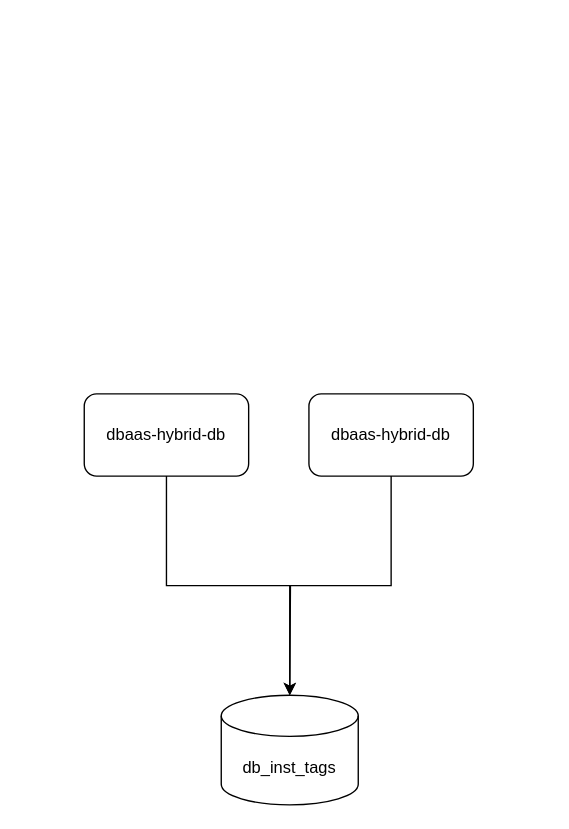
GuoJunChen-commit/practice keeps this draw.io diagram as tag sync.drawio. Above is the earlier version. Source tidied: cells renumbered, new cells numbered last; positions are measured from the earlier drawing's top-left corner, leaving out a move shared by most shapes. Both pictures are drawn from the tidied source at 137%, with x=0, y=0 at pixel (84, 393).
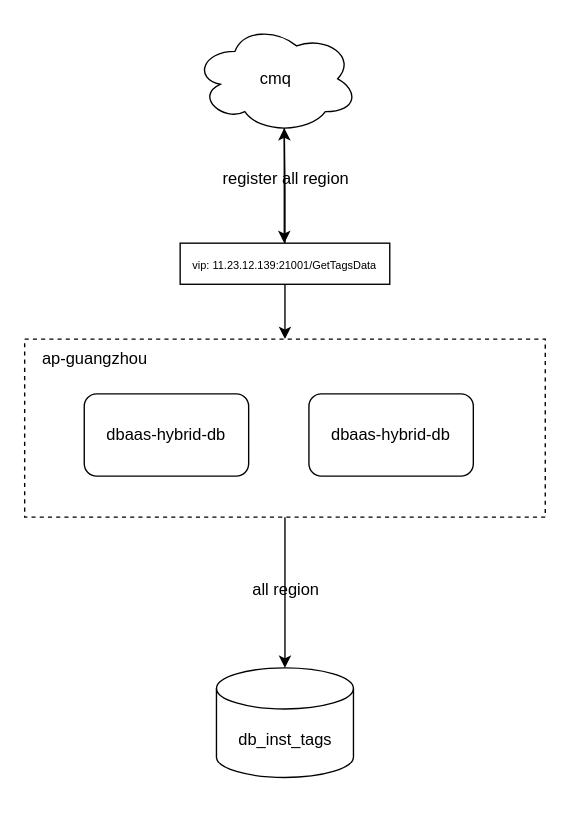
The same page after the edit.

Change to the diagram source:
```diff
@@
 <mxGraphModel>
   <root>
     <mxCell id="0" />
     <mxCell id="1" parent="0" />
+    <mxCell id="7" style="group;" parent="1" vertex="1">
+      <mxGeometry x="-44" y="-270" width="380.5" height="550" as="geometry" />
+    </mxCell>
+    <mxCell id="8" style="rounded=0;whiteSpace=wrap;html=1;dashed=1;" parent="7" vertex="1">
+      <mxGeometry x="0.5" y="230" width="380" height="130" as="geometry" />
+    </mxCell>
-    <mxCell id="2" value="db_inst_tags" style="shape=cylinder3;whiteSpace=wrap;html=1;boundedLbl=1;backgroundOutline=1;size=15;" parent="1" vertex="1">
-      <mxGeometry x="100" y="220" width="100" height="80" as="geometry" />
+    <mxCell id="2" value="db_inst_tags" style="shape=cylinder3;whiteSpace=wrap;html=1;boundedLbl=1;backgroundOutline=1;size=15;" parent="7" vertex="1">
+      <mxGeometry x="140.5" y="470" width="100" height="80" as="geometry" />
     </mxCell>
-    <mxCell id="3" style="edgeStyle=orthogonalEdgeStyle;rounded=0;jettySize=auto;html=1;exitX=0.5;exitY=1;exitDx=0;exitDy=0;" parent="1" edge="1" source="4" target="2">
-      <mxGeometry relative="1" as="geometry" />
-    </mxCell>
-    <mxCell id="4" value="dbaas-hybrid-db" style="rounded=1;whiteSpace=wrap;html=1;" parent="1" vertex="1">
-      <mxGeometry width="120" height="60" as="geometry" />
+    <mxCell id="4" value="dbaas-hybrid-db" style="rounded=1;whiteSpace=wrap;html=1;" parent="7" vertex="1">
+      <mxGeometry x="44" y="270" width="120" height="60" as="geometry" />
     </mxCell>
-    <mxCell id="5" style="edgeStyle=orthogonalEdgeStyle;rounded=0;jettySize=auto;html=1;exitX=0.5;exitY=1;exitDx=0;exitDy=0;" parent="1" edge="1" source="6">
-      <mxGeometry relative="1" as="geometry">
-        <mxPoint x="150" y="220" as="targetPoint" />
-      </mxGeometry>
-    </mxCell>
-    <mxCell id="6" value="dbaas-hybrid-db" style="rounded=1;whiteSpace=wrap;html=1;" parent="1" vertex="1">
-      <mxGeometry x="164" width="120" height="60" as="geometry" />
+    <mxCell id="6" value="dbaas-hybrid-db" style="rounded=1;whiteSpace=wrap;html=1;" parent="7" vertex="1">
+      <mxGeometry x="208" y="270" width="120" height="60" as="geometry" />
     </mxCell>
+    <mxCell id="9" style="edgeStyle=orthogonalEdgeStyle;rounded=0;jettySize=auto;html=1;" parent="7" edge="1" source="10">
+      <mxGeometry relative="1" as="geometry">
+        <mxPoint x="190.5" y="230" as="targetPoint" />
+      </mxGeometry>
+    </mxCell>
+    <mxCell id="10" value="&lt;font style=&quot;font-size: 8px;&quot;&gt;vip: 11.23.12.139:21001/GetTagsData&lt;/font&gt;" style="rounded=0;whiteSpace=wrap;html=1;" parent="7" vertex="1">
+      <mxGeometry x="114" y="160" width="153" height="30" as="geometry" />
+    </mxCell>
+    <mxCell id="11" style="edgeStyle=orthogonalEdgeStyle;rounded=0;jettySize=auto;html=1;exitX=0.55;exitY=0.95;exitDx=0;exitDy=0;exitPerimeter=0;" parent="7" edge="1" source="12">
+      <mxGeometry relative="1" as="geometry">
+        <mxPoint x="190" y="160" as="targetPoint" />
+      </mxGeometry>
+    </mxCell>
+    <mxCell id="12" value="cmq" style="ellipse;shape=cloud;whiteSpace=wrap;html=1;" parent="7" vertex="1">
+      <mxGeometry x="124" width="120" height="80" as="geometry" />
+    </mxCell>
+    <mxCell id="13" style="edgeStyle=orthogonalEdgeStyle;rounded=0;jettySize=auto;html=1;exitX=0.5;exitY=0;exitDx=0;exitDy=0;entryX=0.55;entryY=0.95;entryDx=0;entryDy=0;entryPerimeter=0;" parent="7" edge="1" source="10" target="12">
+      <mxGeometry relative="1" as="geometry" />
+    </mxCell>
+    <mxCell id="14" value="register all region" style="text;html=1;align=center;verticalAlign=middle;strokeColor=none;fillColor=none;" parent="7" vertex="1">
+      <mxGeometry x="130.5" y="98" width="120" height="30" as="geometry" />
+    </mxCell>
+    <mxCell id="15" value="all region" style="text;html=1;align=center;verticalAlign=middle;strokeColor=none;fillColor=none;" parent="7" vertex="1">
+      <mxGeometry x="155.5" y="398" width="70" height="30" as="geometry" />
+    </mxCell>
+    <mxCell id="16" value="ap-guangzhou" style="text;html=1;align=center;verticalAlign=middle;whiteSpace=wrap;rounded=0;" parent="7" vertex="1">
+      <mxGeometry y="230" width="104" height="30" as="geometry" />
+    </mxCell>
+    <mxCell id="17" style="edgeStyle=orthogonalEdgeStyle;rounded=0;jettySize=auto;html=1;exitX=0.5;exitY=1;exitDx=0;exitDy=0;entryX=0.5;entryY=0;entryDx=0;entryDy=0;entryPerimeter=0;" parent="7" edge="1" source="8" target="2">
+      <mxGeometry relative="1" as="geometry" />
+    </mxCell>
   </root>
 </mxGraphModel>
```
